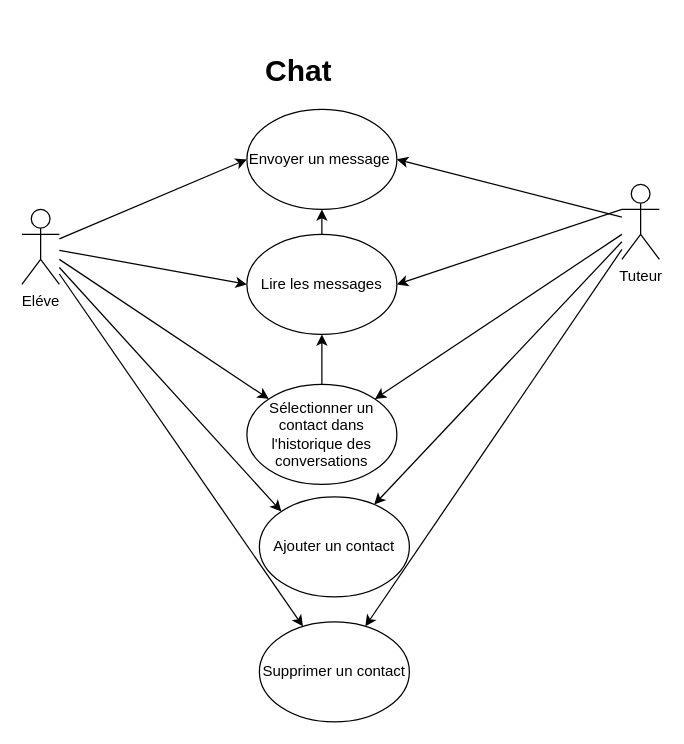
This is page "Chat" (3 of 5) of P10Uml.drawio from tetyanachouteau/P10LHome, a draw.io file, before an edit. Source tidied: cells renumbered, new cells numbered last; positions are measured from the earlier drawing's top-left corner, leaving out a move shared by most shapes. Both pictures are drawn from the tidied source at 125%, with x=0, y=0 at pixel (21, 46).
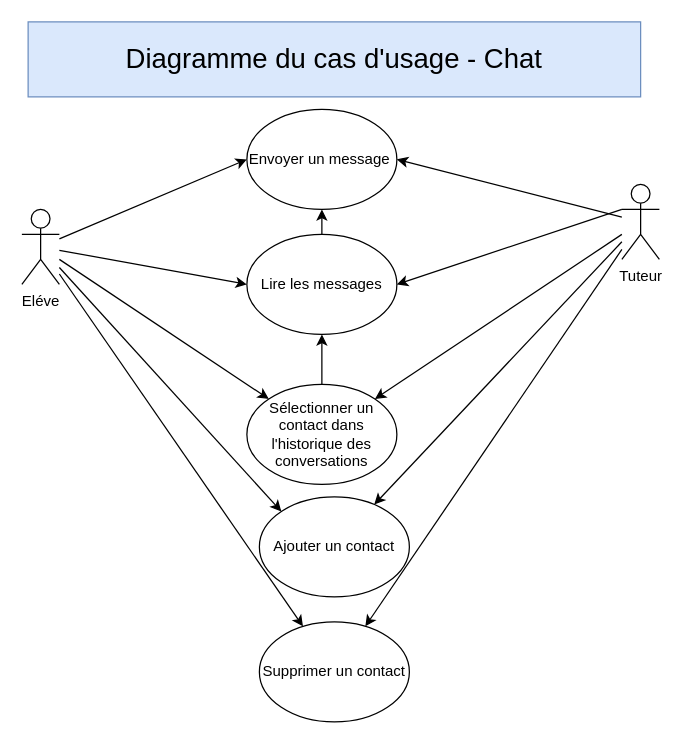
The same diagram, later.

The edit, as a diff of the source:
```diff
@@
-    <mxCell id="21" value="&lt;h1&gt;Chat&lt;/h1&gt;" style="text;html=1;strokeColor=none;fillColor=none;spacing=5;spacingTop=-20;whiteSpace=wrap;overflow=hidden;rounded=0;" parent="1" vertex="1">
-      <mxGeometry x="190" width="190" height="120" as="geometry" />
-    </mxCell>
+    <mxCell id="22" value="&lt;font style=&quot;font-size: 22px;&quot;&gt;Diagramme du cas d'usage - Chat&lt;/font&gt;" style="rounded=0;whiteSpace=wrap;html=1;fillColor=#dae8fc;strokeColor=#6c8ebf;" parent="1" vertex="1">
+      <mxGeometry x="5" y="-20" width="490" height="60" as="geometry" />
+    </mxCell>
```
